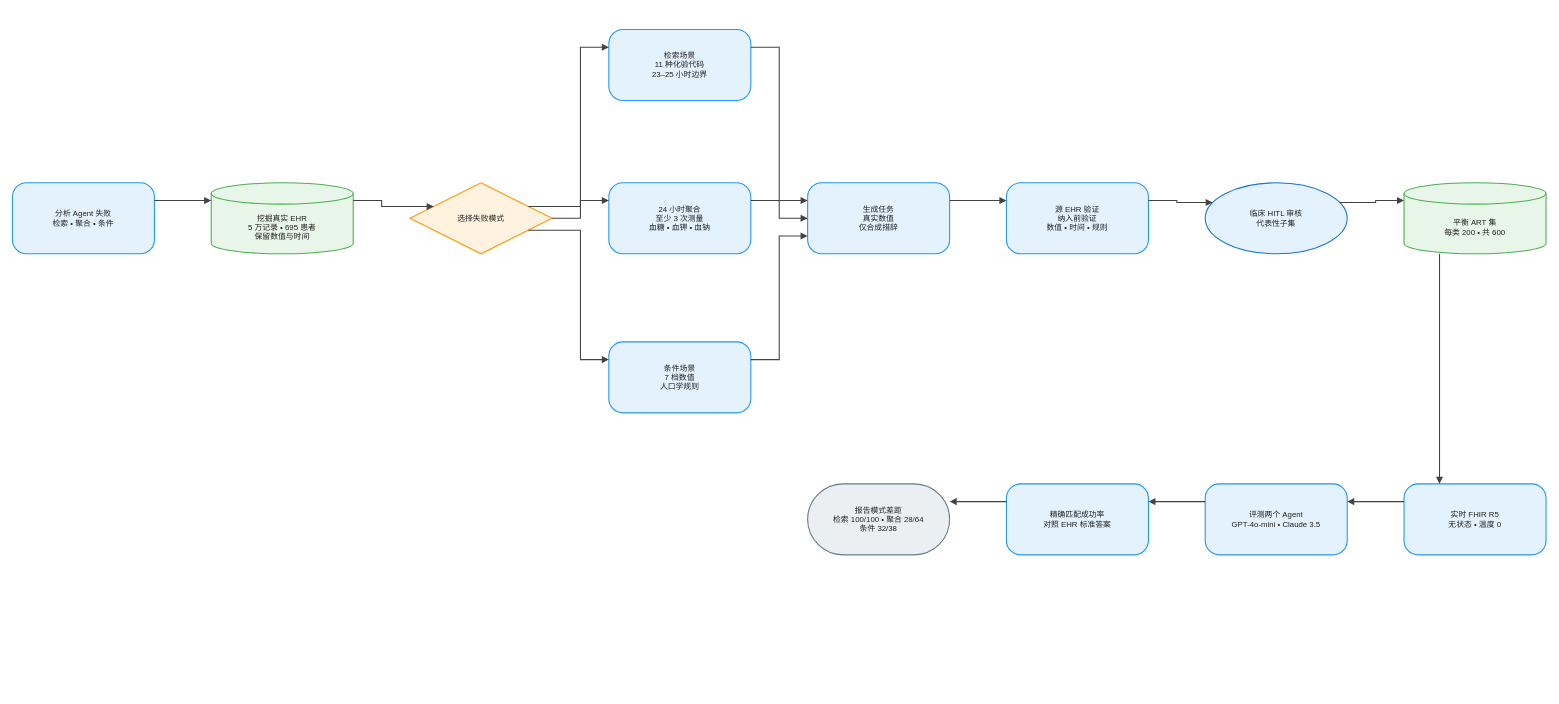
Earlier version of the draw.io diagram client/public/drawio/ART/ART.zh.drawio (joe1chief/benchmark-hub). Source tidied: cells renumbered, new cells numbered last; positions are measured from the earlier drawing's top-left corner, leaving out a move shared by most shapes. Both pictures are drawn from the tidied source at 71%, with x=0, y=0 at pixel (12, 29).
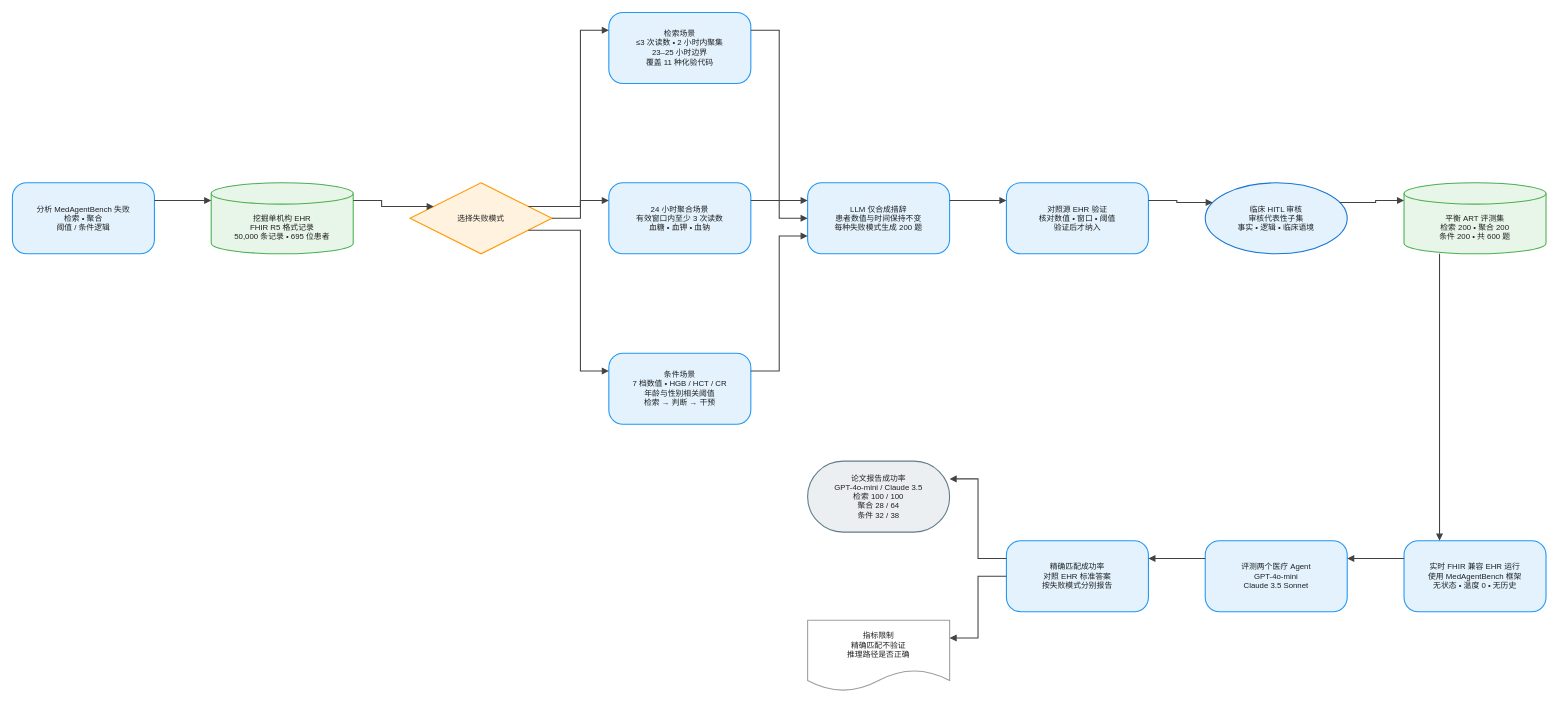
Above is the later version.

The change refers to these unchanged cells:
```xml
<mxCell id="4" value="选择失败模式" style="rhombus;html=0;convertToSvg=1;whiteSpace=wrap;fillColor=#FFF3E0;strokeColor=#FF9800;strokeWidth=1.5;fontColor=#212121;fontSize=11;fontFamily=Arial, Helvetica, sans-serif;verticalAlign=middle;align=center;" parent="1" vertex="1">
  <mxGeometry x="560" y="216" width="200" height="100" as="geometry" />
</mxCell>
```

The edit, as a diff of the source:
```diff
@@
-    <mxCell id="2" value="分析 Agent 失败&#10;检索 • 聚合 • 条件" style="rounded=1;arcSize=20;html=0;convertToSvg=1;whiteSpace=wrap;fillColor=#E3F2FD;strokeColor=#2196F3;strokeWidth=1.5;fontColor=#212121;fontSize=11;fontFamily=Arial, Helvetica, sans-serif;verticalAlign=middle;align=center;" parent="1" vertex="1">
+    <mxCell id="2" value="分析 MedAgentBench 失败&#10;检索 • 聚合&#10;阈值 / 条件逻辑" style="rounded=1;arcSize=20;html=0;convertToSvg=1;whiteSpace=wrap;fillColor=#E3F2FD;strokeColor=#2196F3;strokeWidth=1.5;fontColor=#212121;fontSize=11;fontFamily=Arial, Helvetica, sans-serif;verticalAlign=middle;align=center;" parent="1" vertex="1">
       <mxGeometry y="216" width="200" height="100" as="geometry" />
     </mxCell>
-    <mxCell id="3" value="挖掘真实 EHR&#10;5 万记录 • 695 患者&#10;保留数值与时间" style="shape=cylinder3;boundedLbl=1;backgroundOutline=1;size=15;html=0;convertToSvg=1;whiteSpace=wrap;fillColor=#E8F5E9;strokeColor=#4CAF50;strokeWidth=1.5;fontColor=#212121;fontSize=11;fontFamily=Arial, Helvetica, sans-serif;verticalAlign=middle;align=center;" parent="1" vertex="1">
+    <mxCell id="3" value="挖掘单机构 EHR&#10;FHIR R5 格式记录&#10;50,000 条记录 • 695 位患者" style="shape=cylinder3;boundedLbl=1;backgroundOutline=1;size=15;html=0;convertToSvg=1;whiteSpace=wrap;fillColor=#E8F5E9;strokeColor=#4CAF50;strokeWidth=1.5;fontColor=#212121;fontSize=11;fontFamily=Arial, Helvetica, sans-serif;verticalAlign=middle;align=center;" parent="1" vertex="1">
       <mxGeometry x="280" y="216" width="200" height="100" as="geometry" />
     </mxCell>
@@
-    <mxCell id="5" value="检索场景&#10;11 种化验代码&#10;23–25 小时边界" style="rounded=1;arcSize=20;html=0;convertToSvg=1;whiteSpace=wrap;fillColor=#E3F2FD;strokeColor=#2196F3;strokeWidth=1.5;fontColor=#212121;fontSize=11;fontFamily=Arial, Helvetica, sans-serif;verticalAlign=middle;align=center;" parent="1" vertex="1">
-      <mxGeometry x="840" width="200" height="100" as="geometry" />
+    <mxCell id="5" value="检索场景&#10;≤3 次读数 • 2 小时内聚集&#10;23–25 小时边界&#10;覆盖 11 种化验代码" style="rounded=1;arcSize=20;html=0;convertToSvg=1;whiteSpace=wrap;fillColor=#E3F2FD;strokeColor=#2196F3;strokeWidth=1.5;fontColor=#212121;fontSize=11;fontFamily=Arial, Helvetica, sans-serif;verticalAlign=middle;align=center;" parent="1" vertex="1">
+      <mxGeometry x="840" y="-24" width="200" height="100" as="geometry" />
     </mxCell>
-    <mxCell id="6" value="24 小时聚合&#10;至少 3 次测量&#10;血糖 • 血钾 • 血钠" style="rounded=1;arcSize=20;html=0;convertToSvg=1;whiteSpace=wrap;fillColor=#E3F2FD;strokeColor=#2196F3;strokeWidth=1.5;fontColor=#212121;fontSize=11;fontFamily=Arial, Helvetica, sans-serif;verticalAlign=middle;align=center;" parent="1" vertex="1">
+    <mxCell id="6" value="24 小时聚合场景&#10;有效窗口内至少 3 次读数&#10;血糖 • 血钾 • 血钠" style="rounded=1;arcSize=20;html=0;convertToSvg=1;whiteSpace=wrap;fillColor=#E3F2FD;strokeColor=#2196F3;strokeWidth=1.5;fontColor=#212121;fontSize=11;fontFamily=Arial, Helvetica, sans-serif;verticalAlign=middle;align=center;" parent="1" vertex="1">
       <mxGeometry x="840" y="216" width="200" height="100" as="geometry" />
     </mxCell>
-    <mxCell id="7" value="条件场景&#10;7 档数值&#10;人口学规则" style="rounded=1;arcSize=20;html=0;convertToSvg=1;whiteSpace=wrap;fillColor=#E3F2FD;strokeColor=#2196F3;strokeWidth=1.5;fontColor=#212121;fontSize=11;fontFamily=Arial, Helvetica, sans-serif;verticalAlign=middle;align=center;" parent="1" vertex="1">
-      <mxGeometry x="840" y="440" width="200" height="100" as="geometry" />
+    <mxCell id="7" value="条件场景&#10;7 档数值 • HGB / HCT / CR&#10;年龄与性别相关阈值&#10;检索 → 判断 → 干预" style="rounded=1;arcSize=20;html=0;convertToSvg=1;whiteSpace=wrap;fillColor=#E3F2FD;strokeColor=#2196F3;strokeWidth=1.5;fontColor=#212121;fontSize=11;fontFamily=Arial, Helvetica, sans-serif;verticalAlign=middle;align=center;" parent="1" vertex="1">
+      <mxGeometry x="840" y="456" width="200" height="100" as="geometry" />
     </mxCell>
-    <mxCell id="8" value="生成任务&#10;真实数值&#10;仅合成措辞" style="rounded=1;arcSize=20;html=0;convertToSvg=1;whiteSpace=wrap;fillColor=#E3F2FD;strokeColor=#2196F3;strokeWidth=1.5;fontColor=#212121;fontSize=11;fontFamily=Arial, Helvetica, sans-serif;verticalAlign=middle;align=center;" parent="1" vertex="1">
+    <mxCell id="8" value="LLM 仅合成措辞&#10;患者数值与时间保持不变&#10;每种失败模式生成 200 题" style="rounded=1;arcSize=20;html=0;convertToSvg=1;whiteSpace=wrap;fillColor=#E3F2FD;strokeColor=#2196F3;strokeWidth=1.5;fontColor=#212121;fontSize=11;fontFamily=Arial, Helvetica, sans-serif;verticalAlign=middle;align=center;" parent="1" vertex="1">
       <mxGeometry x="1120" y="216" width="200" height="100" as="geometry" />
     </mxCell>
-    <mxCell id="9" value="平衡 ART 集&#10;每类 200 • 共 600" style="shape=cylinder3;boundedLbl=1;backgroundOutline=1;size=15;html=0;convertToSvg=1;whiteSpace=wrap;fillColor=#E8F5E9;strokeColor=#4CAF50;strokeWidth=1.5;fontColor=#212121;fontSize=11;fontFamily=Arial, Helvetica, sans-serif;verticalAlign=middle;align=center;" parent="1" vertex="1">
-      <mxGeometry x="1960" y="216" width="200" height="100" as="geometry" />
+    <mxCell id="9" value="对照源 EHR 验证&#10;核对数值 • 窗口 • 阈值&#10;验证后才纳入" style="rounded=1;arcSize=20;html=0;convertToSvg=1;whiteSpace=wrap;fillColor=#E3F2FD;strokeColor=#2196F3;strokeWidth=1.5;fontColor=#212121;fontSize=11;fontFamily=Arial, Helvetica, sans-serif;verticalAlign=middle;align=center;" parent="1" vertex="1">
+      <mxGeometry x="1400" y="216" width="200" height="100" as="geometry" />
     </mxCell>
-    <mxCell id="10" value="源 EHR 验证&#10;纳入前验证&#10;数值 • 时间 • 规则" style="rounded=1;arcSize=20;html=0;convertToSvg=1;whiteSpace=wrap;fillColor=#E3F2FD;strokeColor=#2196F3;strokeWidth=1.5;fontColor=#212121;fontSize=11;fontFamily=Arial, Helvetica, sans-serif;verticalAlign=middle;align=center;" parent="1" vertex="1">
-      <mxGeometry x="1400" y="216" width="200" height="100" as="geometry" />
+    <mxCell id="10" value="临床 HITL 审核&#10;审核代表性子集&#10;事实 • 逻辑 • 临床语境" style="ellipse;html=0;convertToSvg=1;whiteSpace=wrap;fillColor=#E3F2FD;strokeColor=#1976D2;strokeWidth=1.5;fontColor=#212121;fontSize=11;fontFamily=Arial, Helvetica, sans-serif;verticalAlign=middle;align=center;" parent="1" vertex="1">
+      <mxGeometry x="1680" y="216" width="200" height="100" as="geometry" />
     </mxCell>
-    <mxCell id="11" value="临床 HITL 审核&#10;代表性子集" style="ellipse;html=0;convertToSvg=1;whiteSpace=wrap;fillColor=#E3F2FD;strokeColor=#1976D2;strokeWidth=1.5;fontColor=#212121;fontSize=11;fontFamily=Arial, Helvetica, sans-serif;verticalAlign=middle;align=center;" parent="1" vertex="1">
-      <mxGeometry x="1680" y="216" width="200" height="100" as="geometry" />
+    <mxCell id="11" value="平衡 ART 评测集&#10;检索 200 • 聚合 200&#10;条件 200 • 共 600 题" style="shape=cylinder3;boundedLbl=1;backgroundOutline=1;size=15;html=0;convertToSvg=1;whiteSpace=wrap;fillColor=#E8F5E9;strokeColor=#4CAF50;strokeWidth=1.5;fontColor=#212121;fontSize=11;fontFamily=Arial, Helvetica, sans-serif;verticalAlign=middle;align=center;" parent="1" vertex="1">
+      <mxGeometry x="1960" y="216" width="200" height="100" as="geometry" />
     </mxCell>
-    <mxCell id="12" value="实时 FHIR R5&#10;无状态 • 温度 0" style="rounded=1;arcSize=20;html=0;convertToSvg=1;whiteSpace=wrap;fillColor=#E3F2FD;strokeColor=#2196F3;strokeWidth=1.5;fontColor=#212121;fontSize=11;fontFamily=Arial, Helvetica, sans-serif;verticalAlign=middle;align=center;" parent="1" vertex="1">
-      <mxGeometry x="1960" y="640" width="200" height="100" as="geometry" />
+    <mxCell id="12" value="实时 FHIR 兼容 EHR 运行&#10;使用 MedAgentBench 框架&#10;无状态 • 温度 0 • 无历史" style="rounded=1;arcSize=20;html=0;convertToSvg=1;whiteSpace=wrap;fillColor=#E3F2FD;strokeColor=#2196F3;strokeWidth=1.5;fontColor=#212121;fontSize=11;fontFamily=Arial, Helvetica, sans-serif;verticalAlign=middle;align=center;" parent="1" vertex="1">
+      <mxGeometry x="1960" y="720" width="200" height="100" as="geometry" />
     </mxCell>
-    <mxCell id="13" value="评测两个 Agent&#10;GPT-4o-mini • Claude 3.5" style="rounded=1;arcSize=20;html=0;convertToSvg=1;whiteSpace=wrap;fillColor=#E3F2FD;strokeColor=#2196F3;strokeWidth=1.5;fontColor=#212121;fontSize=11;fontFamily=Arial, Helvetica, sans-serif;verticalAlign=middle;align=center;" parent="1" vertex="1">
-      <mxGeometry x="1680" y="640" width="200" height="100" as="geometry" />
+    <mxCell id="13" value="评测两个医疗 Agent&#10;GPT-4o-mini&#10;Claude 3.5 Sonnet" style="rounded=1;arcSize=20;html=0;convertToSvg=1;whiteSpace=wrap;fillColor=#E3F2FD;strokeColor=#2196F3;strokeWidth=1.5;fontColor=#212121;fontSize=11;fontFamily=Arial, Helvetica, sans-serif;verticalAlign=middle;align=center;" parent="1" vertex="1">
+      <mxGeometry x="1680" y="720" width="200" height="100" as="geometry" />
     </mxCell>
-    <mxCell id="14" value="精确匹配成功率&#10;对照 EHR 标准答案" style="rounded=1;arcSize=20;html=0;convertToSvg=1;whiteSpace=wrap;fillColor=#E3F2FD;strokeColor=#2196F3;strokeWidth=1.5;fontColor=#212121;fontSize=11;fontFamily=Arial, Helvetica, sans-serif;verticalAlign=middle;align=center;" parent="1" vertex="1">
-      <mxGeometry x="1400" y="640" width="200" height="100" as="geometry" />
+    <mxCell id="14" value="精确匹配成功率&#10;对照 EHR 标准答案&#10;按失败模式分别报告" style="rounded=1;arcSize=20;html=0;convertToSvg=1;whiteSpace=wrap;fillColor=#E3F2FD;strokeColor=#2196F3;strokeWidth=1.5;fontColor=#212121;fontSize=11;fontFamily=Arial, Helvetica, sans-serif;verticalAlign=middle;align=center;" parent="1" vertex="1">
+      <mxGeometry x="1400" y="720" width="200" height="100" as="geometry" />
     </mxCell>
-    <mxCell id="15" value="报告模式差距&#10;检索 100/100 • 聚合 28/64&#10;条件 32/38" style="rounded=1;arcSize=50;html=0;convertToSvg=1;whiteSpace=wrap;fillColor=#ECEFF1;strokeColor=#607D8B;strokeWidth=1.5;fontColor=#212121;fontSize=11;fontFamily=Arial, Helvetica, sans-serif;verticalAlign=middle;align=center;" parent="1" vertex="1">
-      <mxGeometry x="1120" y="640" width="200" height="100" as="geometry" />
+    <mxCell id="15" value="论文报告成功率&#10;GPT-4o-mini / Claude 3.5&#10;检索 100 / 100&#10;聚合 28 / 64&#10;条件 32 / 38" style="rounded=1;arcSize=50;html=0;convertToSvg=1;whiteSpace=wrap;fillColor=#ECEFF1;strokeColor=#607D8B;strokeWidth=1.5;fontColor=#212121;fontSize=11;fontFamily=Arial, Helvetica, sans-serif;verticalAlign=middle;align=center;" parent="1" vertex="1">
+      <mxGeometry x="1120" y="608" width="200" height="100" as="geometry" />
     </mxCell>
-    <mxCell id="16" style="edgeStyle=orthogonalEdgeStyle;rounded=0;jettySize=auto;html=0;convertToSvg=1;strokeColor=#424242;strokeWidth=1.5;endArrow=block;endFill=1;exitX=1;exitY=0.25;exitDx=0;exitDy=0;entryX=0;entryY=0.25;entryDx=0;entryDy=0;jumpStyle=arc;jumpSize=8;" parent="1" edge="1" source="2" target="3">
-      <mxGeometry relative="1" as="geometry" />
+    <mxCell id="16" value="指标限制&#10;精确匹配不验证&#10;推理路径是否正确" style="shape=document;boundedLbl=1;html=0;convertToSvg=1;whiteSpace=wrap;fillColor=#FFFFFF;strokeColor=#9E9E9E;strokeWidth=1.5;fontColor=#212121;fontSize=11;fontFamily=Arial, Helvetica, sans-serif;verticalAlign=middle;align=center;" parent="1" vertex="1">
+      <mxGeometry x="1120" y="832" width="200" height="100" as="geometry" />
     </mxCell>
-    <mxCell id="17" style="edgeStyle=orthogonalEdgeStyle;rounded=0;jettySize=auto;html=0;convertToSvg=1;strokeColor=#424242;strokeWidth=1.5;endArrow=block;endFill=1;exitX=1;exitY=0.25;exitDx=0;exitDy=0;entryX=0;entryY=0.25;entryDx=0;entryDy=0;jumpStyle=arc;jumpSize=8;" parent="1" edge="1" source="3" target="4">
+    <mxCell id="17" style="edgeStyle=orthogonalEdgeStyle;rounded=0;jettySize=auto;html=0;convertToSvg=1;strokeColor=#424242;strokeWidth=1.5;endArrow=block;endFill=1;exitX=1;exitY=0.25;exitDx=0;exitDy=0;entryX=0;entryY=0.25;entryDx=0;entryDy=0;jumpStyle=arc;jumpSize=8;" parent="1" edge="1" source="2" target="3">
       <mxGeometry relative="1" as="geometry" />
     </mxCell>
-    <mxCell id="18" style="edgeStyle=orthogonalEdgeStyle;rounded=0;jettySize=auto;html=0;convertToSvg=1;strokeColor=#424242;strokeWidth=1.5;endArrow=block;endFill=1;exitX=1;exitY=0.25;exitDx=0;exitDy=0;entryX=0;entryY=0.25;entryDx=0;entryDy=0;jumpStyle=arc;jumpSize=8;" parent="1" edge="1" source="4" target="5">
+    <mxCell id="18" style="edgeStyle=orthogonalEdgeStyle;rounded=0;jettySize=auto;html=0;convertToSvg=1;strokeColor=#424242;strokeWidth=1.5;endArrow=block;endFill=1;exitX=1;exitY=0.25;exitDx=0;exitDy=0;entryX=0;entryY=0.25;entryDx=0;entryDy=0;jumpStyle=arc;jumpSize=8;" parent="1" edge="1" source="3" target="4">
       <mxGeometry relative="1" as="geometry" />
     </mxCell>
-    <mxCell id="19" style="edgeStyle=orthogonalEdgeStyle;rounded=0;jettySize=auto;html=0;convertToSvg=1;strokeColor=#424242;strokeWidth=1.5;endArrow=block;endFill=1;exitX=1;exitY=0.5;exitDx=0;exitDy=0;entryX=0;entryY=0.25;entryDx=0;entryDy=0;jumpStyle=arc;jumpSize=8;" parent="1" edge="1" source="4" target="6">
+    <mxCell id="19" style="edgeStyle=orthogonalEdgeStyle;rounded=0;jettySize=auto;html=0;convertToSvg=1;strokeColor=#424242;strokeWidth=1.5;endArrow=block;endFill=1;exitX=1;exitY=0.25;exitDx=0;exitDy=0;entryX=0;entryY=0.25;entryDx=0;entryDy=0;jumpStyle=arc;jumpSize=8;" parent="1" edge="1" source="4" target="5">
       <mxGeometry relative="1" as="geometry" />
     </mxCell>
-    <mxCell id="20" style="edgeStyle=orthogonalEdgeStyle;rounded=0;jettySize=auto;html=0;convertToSvg=1;strokeColor=#424242;strokeWidth=1.5;endArrow=block;endFill=1;exitX=1;exitY=0.75;exitDx=0;exitDy=0;entryX=0;entryY=0.25;entryDx=0;entryDy=0;jumpStyle=arc;jumpSize=8;" parent="1" edge="1" source="4" target="7">
+    <mxCell id="20" style="edgeStyle=orthogonalEdgeStyle;rounded=0;jettySize=auto;html=0;convertToSvg=1;strokeColor=#424242;strokeWidth=1.5;endArrow=block;endFill=1;exitX=1;exitY=0.5;exitDx=0;exitDy=0;entryX=0;entryY=0.25;entryDx=0;entryDy=0;jumpStyle=arc;jumpSize=8;" parent="1" edge="1" source="4" target="6">
       <mxGeometry relative="1" as="geometry" />
     </mxCell>
-    <mxCell id="21" style="edgeStyle=orthogonalEdgeStyle;rounded=0;jettySize=auto;html=0;convertToSvg=1;strokeColor=#424242;strokeWidth=1.5;endArrow=block;endFill=1;exitX=1;exitY=0.25;exitDx=0;exitDy=0;entryX=0;entryY=0.25;entryDx=0;entryDy=0;jumpStyle=arc;jumpSize=8;" parent="1" edge="1" source="5" target="8">
+    <mxCell id="21" style="edgeStyle=orthogonalEdgeStyle;rounded=0;jettySize=auto;html=0;convertToSvg=1;strokeColor=#424242;strokeWidth=1.5;endArrow=block;endFill=1;exitX=1;exitY=0.75;exitDx=0;exitDy=0;entryX=0;entryY=0.25;entryDx=0;entryDy=0;jumpStyle=arc;jumpSize=8;" parent="1" edge="1" source="4" target="7">
       <mxGeometry relative="1" as="geometry" />
     </mxCell>
-    <mxCell id="22" style="edgeStyle=orthogonalEdgeStyle;rounded=0;jettySize=auto;html=0;convertToSvg=1;strokeColor=#424242;strokeWidth=1.5;endArrow=block;endFill=1;exitX=1;exitY=0.25;exitDx=0;exitDy=0;entryX=0;entryY=0.5;entryDx=0;entryDy=0;jumpStyle=arc;jumpSize=8;" parent="1" edge="1" source="6" target="8">
+    <mxCell id="22" style="edgeStyle=orthogonalEdgeStyle;rounded=0;jettySize=auto;html=0;convertToSvg=1;strokeColor=#424242;strokeWidth=1.5;endArrow=block;endFill=1;exitX=1;exitY=0.25;exitDx=0;exitDy=0;entryX=0;entryY=0.25;entryDx=0;entryDy=0;jumpStyle=arc;jumpSize=8;" parent="1" edge="1" source="5" target="8">
       <mxGeometry relative="1" as="geometry" />
     </mxCell>
-    <mxCell id="23" style="edgeStyle=orthogonalEdgeStyle;rounded=0;jettySize=auto;html=0;convertToSvg=1;strokeColor=#424242;strokeWidth=1.5;endArrow=block;endFill=1;exitX=1;exitY=0.25;exitDx=0;exitDy=0;entryX=0;entryY=0.75;entryDx=0;entryDy=0;jumpStyle=arc;jumpSize=8;" parent="1" edge="1" source="7" target="8">
+    <mxCell id="23" style="edgeStyle=orthogonalEdgeStyle;rounded=0;jettySize=auto;html=0;convertToSvg=1;strokeColor=#424242;strokeWidth=1.5;endArrow=block;endFill=1;exitX=1;exitY=0.25;exitDx=0;exitDy=0;entryX=0;entryY=0.5;entryDx=0;entryDy=0;jumpStyle=arc;jumpSize=8;" parent="1" edge="1" source="6" target="8">
       <mxGeometry relative="1" as="geometry" />
     </mxCell>
-    <mxCell id="24" style="edgeStyle=orthogonalEdgeStyle;rounded=0;jettySize=auto;html=0;convertToSvg=1;strokeColor=#424242;strokeWidth=1.5;endArrow=block;endFill=1;exitX=1;exitY=0.25;exitDx=0;exitDy=0;entryX=0;entryY=0.25;entryDx=0;entryDy=0;jumpStyle=arc;jumpSize=8;" parent="1" edge="1" source="8" target="10">
+    <mxCell id="24" style="edgeStyle=orthogonalEdgeStyle;rounded=0;jettySize=auto;html=0;convertToSvg=1;strokeColor=#424242;strokeWidth=1.5;endArrow=block;endFill=1;exitX=1;exitY=0.25;exitDx=0;exitDy=0;entryX=0;entryY=0.75;entryDx=0;entryDy=0;jumpStyle=arc;jumpSize=8;" parent="1" edge="1" source="7" target="8">
       <mxGeometry relative="1" as="geometry" />
     </mxCell>
-    <mxCell id="25" style="edgeStyle=orthogonalEdgeStyle;rounded=0;jettySize=auto;html=0;convertToSvg=1;strokeColor=#424242;strokeWidth=1.5;endArrow=block;endFill=1;exitX=1;exitY=0.25;exitDx=0;exitDy=0;entryX=0;entryY=0.25;entryDx=0;entryDy=0;jumpStyle=arc;jumpSize=8;" parent="1" edge="1" source="10" target="11">
+    <mxCell id="25" style="edgeStyle=orthogonalEdgeStyle;rounded=0;jettySize=auto;html=0;convertToSvg=1;strokeColor=#424242;strokeWidth=1.5;endArrow=block;endFill=1;exitX=1;exitY=0.25;exitDx=0;exitDy=0;entryX=0;entryY=0.25;entryDx=0;entryDy=0;jumpStyle=arc;jumpSize=8;" parent="1" edge="1" source="8" target="9">
       <mxGeometry relative="1" as="geometry" />
     </mxCell>
-    <mxCell id="26" style="edgeStyle=orthogonalEdgeStyle;rounded=0;jettySize=auto;html=0;convertToSvg=1;strokeColor=#424242;strokeWidth=1.5;endArrow=block;endFill=1;exitX=1;exitY=0.25;exitDx=0;exitDy=0;entryX=0;entryY=0.25;entryDx=0;entryDy=0;jumpStyle=arc;jumpSize=8;" parent="1" edge="1" source="11" target="9">
+    <mxCell id="26" style="edgeStyle=orthogonalEdgeStyle;rounded=0;jettySize=auto;html=0;convertToSvg=1;strokeColor=#424242;strokeWidth=1.5;endArrow=block;endFill=1;exitX=1;exitY=0.25;exitDx=0;exitDy=0;entryX=0;entryY=0.25;entryDx=0;entryDy=0;jumpStyle=arc;jumpSize=8;" parent="1" edge="1" source="9" target="10">
       <mxGeometry relative="1" as="geometry" />
     </mxCell>
-    <mxCell id="27" style="edgeStyle=orthogonalEdgeStyle;rounded=0;jettySize=auto;html=0;convertToSvg=1;strokeColor=#424242;strokeWidth=1.5;endArrow=block;endFill=1;exitX=0.25;exitY=1;exitDx=0;exitDy=0;entryX=0.25;entryY=0;entryDx=0;entryDy=0;jumpStyle=arc;jumpSize=8;" parent="1" edge="1" source="9" target="12">
+    <mxCell id="27" style="edgeStyle=orthogonalEdgeStyle;rounded=0;jettySize=auto;html=0;convertToSvg=1;strokeColor=#424242;strokeWidth=1.5;endArrow=block;endFill=1;exitX=1;exitY=0.25;exitDx=0;exitDy=0;entryX=0;entryY=0.25;entryDx=0;entryDy=0;jumpStyle=arc;jumpSize=8;" parent="1" edge="1" source="10" target="11">
       <mxGeometry relative="1" as="geometry" />
     </mxCell>
-    <mxCell id="28" style="edgeStyle=orthogonalEdgeStyle;rounded=0;jettySize=auto;html=0;convertToSvg=1;strokeColor=#424242;strokeWidth=1.5;endArrow=block;endFill=1;exitX=0;exitY=0.25;exitDx=0;exitDy=0;entryX=1;entryY=0.25;entryDx=0;entryDy=0;jumpStyle=arc;jumpSize=8;" parent="1" edge="1" source="12" target="13">
+    <mxCell id="28" style="edgeStyle=orthogonalEdgeStyle;rounded=0;jettySize=auto;html=0;convertToSvg=1;strokeColor=#424242;strokeWidth=1.5;endArrow=block;endFill=1;exitX=0.25;exitY=1;exitDx=0;exitDy=0;entryX=0.25;entryY=0;entryDx=0;entryDy=0;jumpStyle=arc;jumpSize=8;" parent="1" edge="1" source="11" target="12">
       <mxGeometry relative="1" as="geometry" />
     </mxCell>
-    <mxCell id="29" style="edgeStyle=orthogonalEdgeStyle;rounded=0;jettySize=auto;html=0;convertToSvg=1;strokeColor=#424242;strokeWidth=1.5;endArrow=block;endFill=1;exitX=0;exitY=0.25;exitDx=0;exitDy=0;entryX=1;entryY=0.25;entryDx=0;entryDy=0;jumpStyle=arc;jumpSize=8;" parent="1" edge="1" source="13" target="14">
+    <mxCell id="29" style="edgeStyle=orthogonalEdgeStyle;rounded=0;jettySize=auto;html=0;convertToSvg=1;strokeColor=#424242;strokeWidth=1.5;endArrow=block;endFill=1;exitX=0;exitY=0.25;exitDx=0;exitDy=0;entryX=1;entryY=0.25;entryDx=0;entryDy=0;jumpStyle=arc;jumpSize=8;" parent="1" edge="1" source="12" target="13">
       <mxGeometry relative="1" as="geometry" />
     </mxCell>
-    <mxCell id="30" style="edgeStyle=orthogonalEdgeStyle;rounded=0;jettySize=auto;html=0;convertToSvg=1;strokeColor=#424242;strokeWidth=1.5;endArrow=block;endFill=1;exitX=0;exitY=0.25;exitDx=0;exitDy=0;entryX=1;entryY=0.25;entryDx=0;entryDy=0;jumpStyle=arc;jumpSize=8;" parent="1" edge="1" source="14" target="15">
+    <mxCell id="30" style="edgeStyle=orthogonalEdgeStyle;rounded=0;jettySize=auto;html=0;convertToSvg=1;strokeColor=#424242;strokeWidth=1.5;endArrow=block;endFill=1;exitX=0;exitY=0.25;exitDx=0;exitDy=0;entryX=1;entryY=0.25;entryDx=0;entryDy=0;jumpStyle=arc;jumpSize=8;" parent="1" edge="1" source="13" target="14">
       <mxGeometry relative="1" as="geometry" />
     </mxCell>
+    <mxCell id="31" style="edgeStyle=orthogonalEdgeStyle;rounded=0;jettySize=auto;html=0;convertToSvg=1;strokeColor=#424242;strokeWidth=1.5;endArrow=block;endFill=1;exitX=0;exitY=0.25;exitDx=0;exitDy=0;entryX=1;entryY=0.25;entryDx=0;entryDy=0;jumpStyle=arc;jumpSize=8;" parent="1" edge="1" source="14" target="15">
+      <mxGeometry relative="1" as="geometry" />
+    </mxCell>
+    <mxCell id="32" style="edgeStyle=orthogonalEdgeStyle;rounded=0;jettySize=auto;html=0;convertToSvg=1;strokeColor=#424242;strokeWidth=1.5;endArrow=block;endFill=1;exitX=0;exitY=0.5;exitDx=0;exitDy=0;entryX=1;entryY=0.25;entryDx=0;entryDy=0;jumpStyle=arc;jumpSize=8;" parent="1" edge="1" source="14" target="16">
+      <mxGeometry relative="1" as="geometry" />
+    </mxCell>
```
